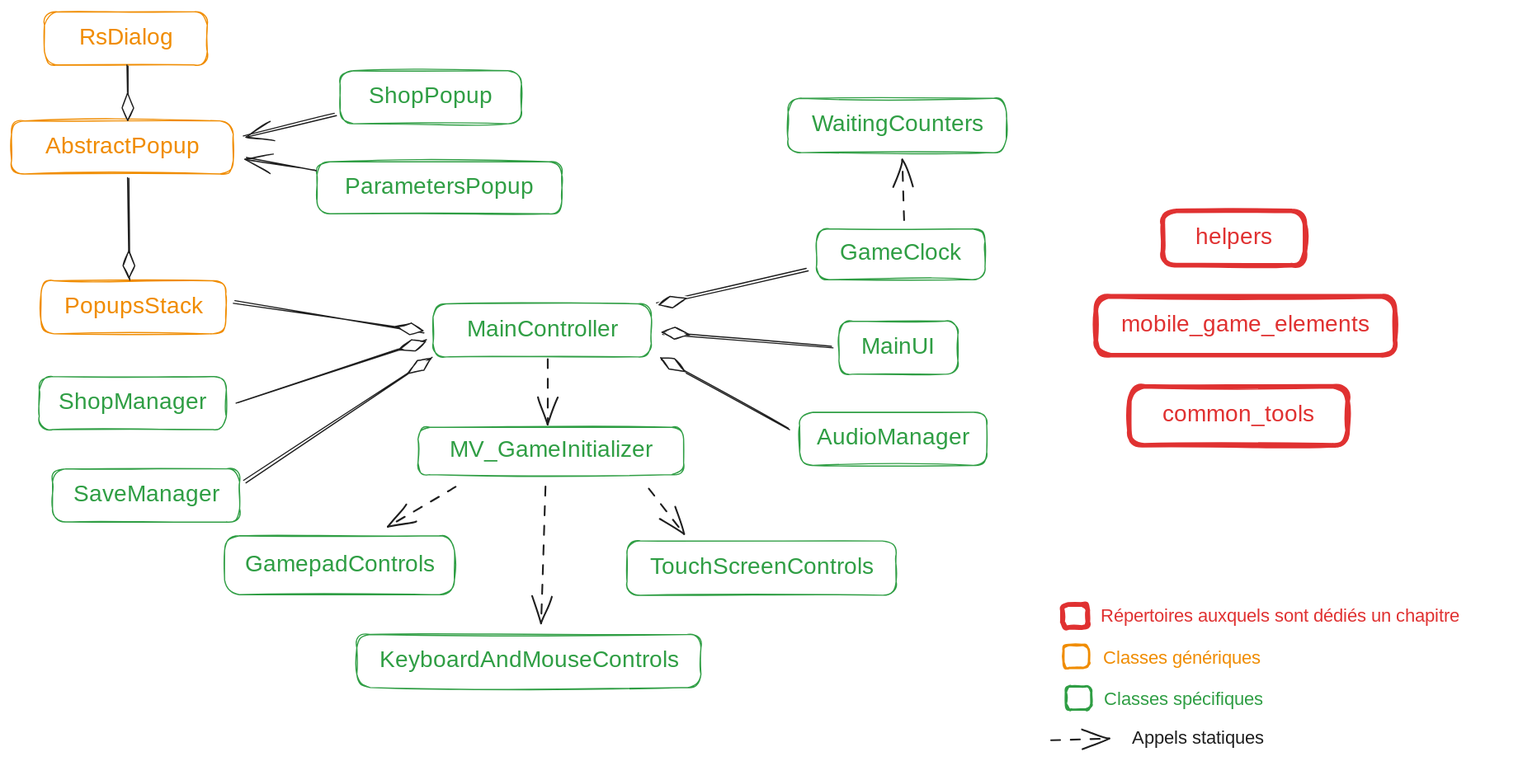
thedwarf21/MobsVasion keeps this Excalidraw diagram as docs/archi_2.excalidraw.svg. Above is the earlier version. Source tidied: one line per element, renumbered; positions are measured from the earlier drawing's top-left corner, leaving out a move shared by most shapes. Source of this version:
```json
{"id": 0, "type": "rectangle", "strokeColor": "#f08c00", "strokeWidth": 1, "roughness": 1, "round": true, "x": 0, "y": 94, "width": 192, "height": 46}
{"id": 1, "type": "text", "text": "AbstractPopup", "strokeColor": "#f08c00", "backgroundColor": "#b2f2bb", "fillStyle": "hachure", "strokeWidth": 1, "roughness": 1, "fontSize": 20, "fontFamily": 5, "textAlign": "center", "verticalAlign": "middle", "inside": 0, "x": 24, "y": 105, "width": 144, "height": 25}
{"id": 2, "type": "rectangle", "strokeColor": "#2f9e44", "strokeWidth": 1, "roughness": 1, "round": true, "x": 284, "y": 51, "width": 157, "height": 46}
{"id": 3, "type": "text", "text": "ShopPopup", "strokeColor": "#2f9e44", "backgroundColor": "#b2f2bb", "fillStyle": "hachure", "strokeWidth": 1, "roughness": 1, "fontSize": 20, "fontFamily": 5, "textAlign": "center", "verticalAlign": "middle", "inside": 2, "x": 311, "y": 62, "width": 104, "height": 25}
{"id": 4, "type": "rectangle", "strokeColor": "#2f9e44", "strokeWidth": 1, "roughness": 1, "round": true, "x": 264, "y": 130, "width": 212, "height": 45}
{"id": 5, "type": "text", "text": "ParametersPopup", "strokeColor": "#2f9e44", "backgroundColor": "#b2f2bb", "fillStyle": "hachure", "strokeWidth": 1, "roughness": 1, "fontSize": 20, "fontFamily": 5, "textAlign": "center", "verticalAlign": "middle", "inside": 4, "x": 287, "y": 140, "width": 166, "height": 25}
{"id": 6, "type": "arrow", "strokeColor": "#1e1e1e", "strokeWidth": 1, "roughness": 1, "endArrowhead": "arrow", "round": true, "from": 4, "to": 0, "x": 264, "y": 137, "width": 60, "height": 11, "points": [[0, 0], [-60, -11]]}
{"id": 7, "type": "arrow", "strokeColor": "#1e1e1e", "strokeWidth": 1, "roughness": 1, "endArrowhead": "arrow", "round": true, "from": 2, "to": 0, "x": 280, "y": 89, "width": 79, "height": 19, "points": [[0, 0], [-79, 19]]}
{"id": 8, "type": "rectangle", "strokeColor": "#f08c00", "strokeWidth": 1, "roughness": 1, "round": true, "x": 26, "y": 233, "width": 160, "height": 46}
{"id": 9, "type": "text", "text": "PopupsStack", "strokeColor": "#f08c00", "backgroundColor": "#b2f2bb", "fillStyle": "hachure", "strokeWidth": 1, "roughness": 1, "fontSize": 20, "fontFamily": 5, "textAlign": "center", "verticalAlign": "middle", "inside": 8, "x": 43, "y": 244, "width": 124, "height": 25}
{"id": 10, "type": "arrow", "strokeColor": "#1e1e1e", "strokeWidth": 1, "roughness": 1, "endArrowhead": "diamond_outline", "round": true, "from": 0, "to": 8, "x": 101, "y": 143, "width": 1, "height": 88, "points": [[0, 0], [1, 88]]}
{"id": 11, "type": "rectangle", "strokeColor": "#f08c00", "strokeWidth": 1, "roughness": 1, "round": true, "x": 28, "y": 0, "width": 141, "height": 46}
{"id": 12, "type": "text", "text": "RsDialog", "strokeColor": "#f08c00", "backgroundColor": "#b2f2bb", "fillStyle": "hachure", "strokeWidth": 1, "roughness": 1, "fontSize": 20, "fontFamily": 5, "textAlign": "center", "verticalAlign": "middle", "inside": 11, "x": 56, "y": 10, "width": 85, "height": 25}
{"id": 13, "type": "arrow", "strokeColor": "#1e1e1e", "strokeWidth": 1, "roughness": 1, "endArrowhead": "diamond_outline", "round": true, "from": 11, "to": 0, "x": 100, "y": 46, "width": 0, "height": 47, "points": [[0, 0], [0, 47]]}
{"id": 14, "type": "rectangle", "strokeColor": "#2f9e44", "strokeWidth": 1, "roughness": 1, "round": true, "x": 365, "y": 253, "width": 189, "height": 46}
{"id": 15, "type": "text", "text": "MainController", "strokeColor": "#2f9e44", "backgroundColor": "#b2f2bb", "fillStyle": "hachure", "strokeWidth": 1, "roughness": 1, "fontSize": 20, "fontFamily": 5, "textAlign": "center", "verticalAlign": "middle", "inside": 14, "x": 391, "y": 264, "width": 137, "height": 25}
{"id": 16, "type": "rectangle", "strokeColor": "#2f9e44", "strokeWidth": 1, "roughness": 1, "round": true, "x": 352, "y": 360, "width": 230, "height": 41}
{"id": 17, "type": "text", "text": "MV_GameInitializer", "strokeColor": "#2f9e44", "backgroundColor": "#b2f2bb", "fillStyle": "hachure", "strokeWidth": 1, "roughness": 1, "fontSize": 20, "fontFamily": 5, "textAlign": "center", "verticalAlign": "middle", "inside": 16, "x": 374, "y": 368, "width": 185, "height": 25}
{"id": 18, "type": "arrow", "strokeColor": "#1e1e1e", "strokeWidth": 1, "strokeStyle": "dashed", "roughness": 1, "endArrowhead": "arrow", "round": true, "from": 14, "to": 16, "x": 465, "y": 301, "width": 1, "height": 56, "points": [[0, 0], [-1, 56]]}
{"id": 19, "type": "arrow", "strokeColor": "#1e1e1e", "strokeWidth": 1, "roughness": 1, "endArrowhead": "diamond_outline", "round": true, "from": 8, "to": 14, "x": 193, "y": 251, "width": 164, "height": 27, "points": [[0, 0], [164, 27]]}
{"id": 20, "type": "rectangle", "strokeColor": "#2f9e44", "strokeWidth": 1, "roughness": 1, "round": true, "x": 24, "y": 316, "width": 162, "height": 46}
{"id": 21, "type": "text", "text": "ShopManager", "strokeColor": "#2f9e44", "backgroundColor": "#b2f2bb", "fillStyle": "hachure", "strokeWidth": 1, "roughness": 1, "fontSize": 20, "fontFamily": 5, "textAlign": "center", "verticalAlign": "middle", "inside": 20, "x": 42, "y": 326, "width": 125, "height": 25}
{"id": 22, "type": "arrow", "strokeColor": "#1e1e1e", "strokeWidth": 1, "roughness": 1, "endArrowhead": "diamond_outline", "round": true, "from": 20, "to": 14, "x": 195, "y": 338, "width": 164, "height": 54, "points": [[0, 0], [164, -54]]}
{"id": 23, "type": "rectangle", "strokeColor": "#2f9e44", "strokeWidth": 1, "roughness": 1, "round": true, "x": 184, "y": 454, "width": 199, "height": 51}
{"id": 24, "type": "text", "text": "GamepadControls", "strokeColor": "#2f9e44", "backgroundColor": "#b2f2bb", "fillStyle": "hachure", "strokeWidth": 1, "roughness": 1, "fontSize": 20, "fontFamily": 5, "textAlign": "center", "verticalAlign": "middle", "inside": 23, "x": 200, "y": 467, "width": 167, "height": 25}
{"id": 25, "type": "rectangle", "strokeColor": "#2f9e44", "strokeWidth": 1, "roughness": 1, "round": true, "x": 299, "y": 540, "width": 298, "height": 46}
{"id": 26, "type": "text", "text": "KeyboardAndMouseControls", "strokeColor": "#2f9e44", "backgroundColor": "#b2f2bb", "fillStyle": "hachure", "strokeWidth": 1, "roughness": 1, "fontSize": 20, "fontFamily": 5, "textAlign": "center", "verticalAlign": "middle", "inside": 25, "x": 315, "y": 550, "width": 266, "height": 25}
{"id": 27, "type": "rectangle", "strokeColor": "#2f9e44", "strokeWidth": 1, "roughness": 1, "round": true, "x": 533, "y": 458, "width": 233, "height": 47}
{"id": 28, "type": "text", "text": "TouchScreenControls", "strokeColor": "#2f9e44", "backgroundColor": "#b2f2bb", "fillStyle": "hachure", "strokeWidth": 1, "roughness": 1, "fontSize": 20, "fontFamily": 5, "textAlign": "center", "verticalAlign": "middle", "inside": 27, "x": 548, "y": 470, "width": 204, "height": 25}
{"id": 29, "type": "arrow", "strokeColor": "#1e1e1e", "strokeWidth": 1, "strokeStyle": "dashed", "roughness": 1, "endArrowhead": "arrow", "round": true, "from": 16, "to": 23, "x": 384, "y": 411, "width": 58, "height": 35, "points": [[0, 0], [-58, 35]]}
{"id": 30, "type": "arrow", "strokeColor": "#1e1e1e", "strokeWidth": 1, "strokeStyle": "dashed", "roughness": 1, "endArrowhead": "arrow", "round": true, "from": 16, "to": 27, "x": 552, "y": 413, "width": 31, "height": 39, "points": [[0, 0], [31, 39]]}
{"id": 31, "type": "arrow", "strokeColor": "#1e1e1e", "strokeWidth": 1, "strokeStyle": "dashed", "roughness": 1, "endArrowhead": "arrow", "round": true, "from": 16, "to": 25, "x": 462, "y": 411, "width": 5, "height": 119, "points": [[0, 0], [-5, 119]]}
{"id": 32, "type": "rectangle", "strokeColor": "#2f9e44", "strokeWidth": 1, "roughness": 1, "round": true, "x": 682, "y": 347, "width": 162, "height": 46}
{"id": 33, "type": "text", "text": "AudioManager", "strokeColor": "#2f9e44", "backgroundColor": "#b2f2bb", "fillStyle": "hachure", "strokeWidth": 1, "roughness": 1, "fontSize": 20, "fontFamily": 5, "textAlign": "center", "verticalAlign": "middle", "inside": 32, "x": 697, "y": 358, "width": 132, "height": 25}
{"id": 34, "type": "arrow", "strokeColor": "#1e1e1e", "strokeWidth": 1, "roughness": 1, "endArrowhead": "diamond_outline", "round": true, "from": 32, "to": 14, "x": 673, "y": 362, "width": 111, "height": 62, "points": [[0, 0], [-111, -62]]}
{"id": 35, "type": "rectangle", "strokeColor": "#2f9e44", "strokeWidth": 1, "roughness": 1, "round": true, "x": 716, "y": 268, "width": 103, "height": 46}
{"id": 36, "type": "text", "text": "MainUI", "strokeColor": "#2f9e44", "backgroundColor": "#b2f2bb", "fillStyle": "hachure", "strokeWidth": 1, "roughness": 1, "fontSize": 20, "fontFamily": 5, "textAlign": "center", "verticalAlign": "middle", "inside": 35, "x": 734, "y": 278, "width": 68, "height": 25}
{"id": 37, "type": "arrow", "strokeColor": "#1e1e1e", "strokeWidth": 1, "roughness": 1, "endArrowhead": "diamond_outline", "round": true, "from": 35, "to": 14, "x": 711, "y": 292, "width": 148, "height": 13, "points": [[0, 0], [-148, -13]]}
{"id": 38, "type": "rectangle", "strokeColor": "#2f9e44", "strokeWidth": 1, "roughness": 1, "round": true, "x": 697, "y": 188, "width": 146, "height": 44}
{"id": 39, "type": "text", "text": "GameClock", "strokeColor": "#2f9e44", "backgroundColor": "#b2f2bb", "fillStyle": "hachure", "strokeWidth": 1, "roughness": 1, "fontSize": 20, "fontFamily": 5, "textAlign": "center", "verticalAlign": "middle", "inside": 38, "x": 720, "y": 198, "width": 101, "height": 25}
{"id": 40, "type": "arrow", "strokeColor": "#1e1e1e", "strokeWidth": 1, "roughness": 1, "endArrowhead": "diamond_outline", "round": true, "from": 38, "to": 14, "x": 689, "y": 223, "width": 130, "height": 29, "points": [[0, 0], [-130, 29]]}
{"id": 41, "type": "rectangle", "strokeColor": "#2f9e44", "strokeWidth": 1, "roughness": 1, "round": true, "x": 672, "y": 75, "width": 189, "height": 47}
{"id": 42, "type": "text", "text": "WaitingCounters", "strokeColor": "#2f9e44", "backgroundColor": "#b2f2bb", "fillStyle": "hachure", "strokeWidth": 1, "roughness": 1, "fontSize": 20, "fontFamily": 5, "textAlign": "center", "verticalAlign": "middle", "inside": 41, "x": 689, "y": 86, "width": 156, "height": 25}
{"id": 43, "type": "arrow", "strokeColor": "#1e1e1e", "strokeWidth": 1, "strokeStyle": "dashed", "roughness": 1, "endArrowhead": "arrow", "round": true, "from": 38, "to": 41, "x": 772, "y": 180, "width": 1, "height": 53, "points": [[0, 0], [-1, -53]]}
{"id": 44, "type": "rectangle", "strokeColor": "#e03131", "strokeWidth": 4, "roughness": 1, "round": true, "x": 997, "y": 172, "width": 123, "height": 47}
{"id": 45, "type": "text", "text": "helpers", "strokeColor": "#e03131", "backgroundColor": "#b2f2bb", "fillStyle": "hachure", "strokeWidth": 1, "roughness": 1, "fontSize": 20, "fontFamily": 5, "textAlign": "center", "verticalAlign": "middle", "inside": 44, "x": 1025, "y": 184, "width": 67, "height": 25}
{"id": 46, "type": "rectangle", "strokeColor": "#e03131", "strokeWidth": 4, "roughness": 1, "round": true, "x": 939, "y": 246, "width": 259, "height": 51}
{"id": 47, "type": "text", "text": "mobile_game_elements", "strokeColor": "#e03131", "backgroundColor": "#b2f2bb", "fillStyle": "hachure", "strokeWidth": 1, "roughness": 1, "fontSize": 20, "fontFamily": 5, "textAlign": "center", "verticalAlign": "middle", "inside": 46, "x": 962, "y": 260, "width": 212, "height": 25}
{"id": 48, "type": "rectangle", "strokeColor": "#e03131", "strokeWidth": 4, "roughness": 1, "round": true, "x": 968, "y": 324, "width": 189, "height": 51}
{"id": 49, "type": "text", "text": "common_tools", "strokeColor": "#e03131", "backgroundColor": "#b2f2bb", "fillStyle": "hachure", "strokeWidth": 1, "roughness": 1, "fontSize": 20, "fontFamily": 5, "textAlign": "center", "verticalAlign": "middle", "inside": 48, "x": 995, "y": 338, "width": 135, "height": 25}
{"id": 50, "type": "rectangle", "strokeColor": "#e03131", "strokeWidth": 4, "roughness": 1, "round": true, "x": 910, "y": 514, "width": 22, "height": 20}
{"id": 51, "type": "text", "text": "Répertoires auxquels sont dédiés un chapitre", "strokeColor": "#e03131", "strokeWidth": 4, "roughness": 1, "fontSize": 16, "fontFamily": 5, "x": 943, "y": 514, "width": 368, "height": 20}
{"id": 52, "type": "rectangle", "strokeColor": "#f08c00", "strokeWidth": 2, "roughness": 1, "round": true, "x": 911, "y": 548, "width": 22, "height": 20}
{"id": 53, "type": "text", "text": "Classes génériques", "strokeColor": "#f08c00", "strokeWidth": 2, "roughness": 1, "fontSize": 16, "fontFamily": 5, "x": 945, "y": 550, "width": 151, "height": 20}
{"id": 54, "type": "rectangle", "strokeColor": "#2f9e44", "strokeWidth": 2, "roughness": 1, "round": true, "x": 913, "y": 584, "width": 22, "height": 20}
{"id": 55, "type": "text", "text": "Classes spécifiques", "strokeColor": "#2f9e44", "strokeWidth": 2, "roughness": 1, "fontSize": 16, "fontFamily": 5, "x": 946, "y": 586, "width": 152, "height": 20}
{"id": 56, "type": "arrow", "strokeColor": "#1e1e1e", "strokeWidth": 1, "strokeStyle": "dashed", "roughness": 1, "endArrowhead": "arrow", "round": true, "x": 901, "y": 631, "width": 50, "height": 1, "points": [[0, 0], [50, -1]]}
{"id": 57, "type": "text", "text": "Appels statiques", "strokeColor": "#1e1e1e", "strokeWidth": 2, "roughness": 1, "fontSize": 16, "fontFamily": 5, "x": 970, "y": 620, "width": 152, "height": 20}
{"id": 58, "type": "rectangle", "strokeColor": "#2f9e44", "strokeWidth": 1, "roughness": 1, "round": true, "x": 36, "y": 396, "width": 162, "height": 46}
{"id": 59, "type": "text", "text": "SaveManager", "strokeColor": "#2f9e44", "backgroundColor": "#b2f2bb", "fillStyle": "hachure", "strokeWidth": 1, "roughness": 1, "fontSize": 20, "fontFamily": 5, "textAlign": "center", "verticalAlign": "middle", "inside": 58, "x": 54, "y": 406, "width": 124, "height": 25}
{"id": 60, "type": "arrow", "strokeColor": "#1e1e1e", "strokeWidth": 1, "roughness": 1, "endArrowhead": "diamond_outline", "round": true, "from": 58, "to": 14, "x": 201, "y": 407, "width": 163, "height": 106, "points": [[0, 0], [163, -106]]}
```
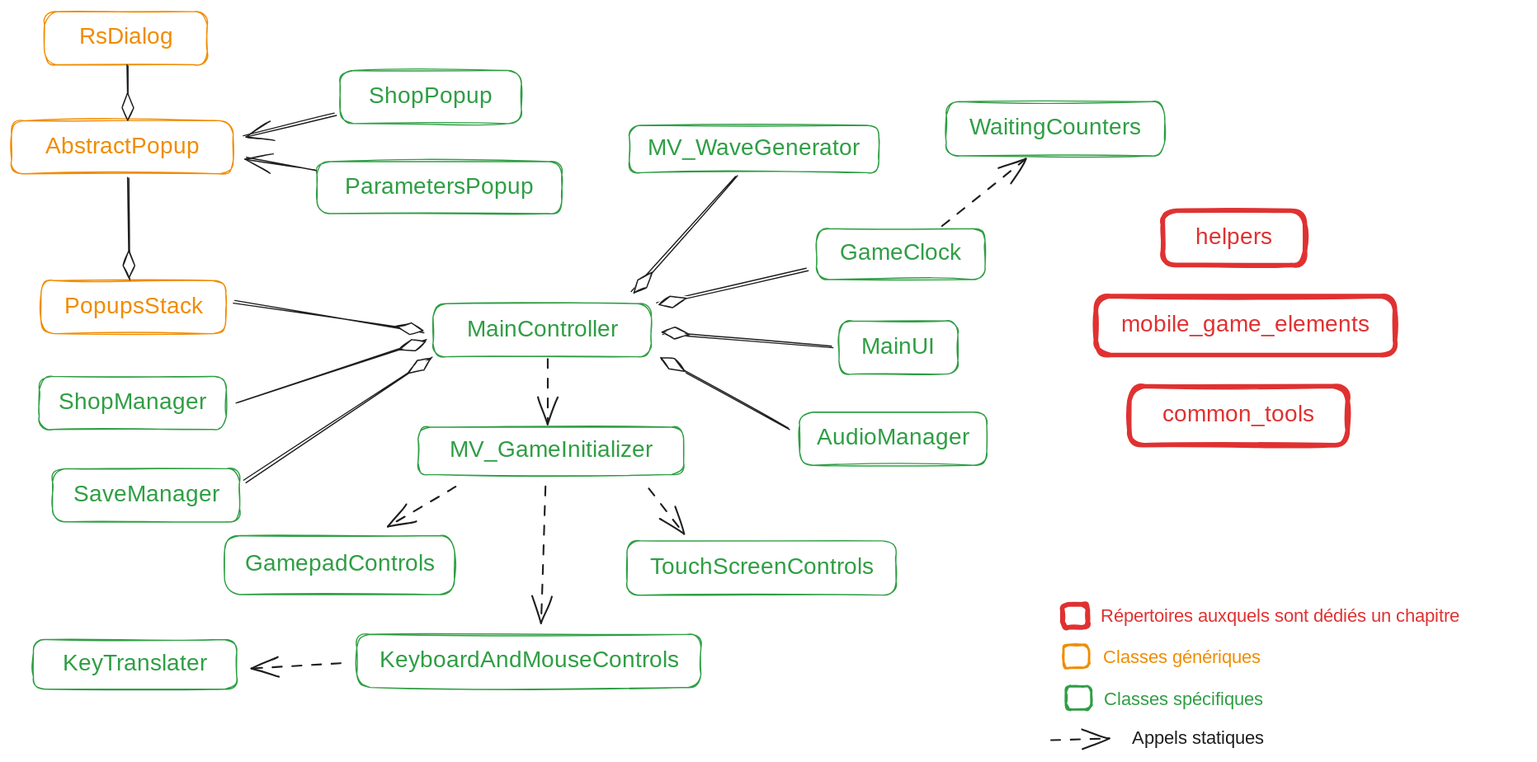
After the change.

Diff of the diagram source:
```diff
@@ -39,9 +39,9 @@
 {"id": 38, "type": "rectangle", "strokeColor": "#2f9e44", "strokeWidth": 1, "roughness": 1, "round": true, "x": 697, "y": 188, "width": 146, "height": 44}
 {"id": 39, "type": "text", "text": "GameClock", "strokeColor": "#2f9e44", "backgroundColor": "#b2f2bb", "fillStyle": "hachure", "strokeWidth": 1, "roughness": 1, "fontSize": 20, "fontFamily": 5, "textAlign": "center", "verticalAlign": "middle", "inside": 38, "x": 720, "y": 198, "width": 101, "height": 25}
 {"id": 40, "type": "arrow", "strokeColor": "#1e1e1e", "strokeWidth": 1, "roughness": 1, "endArrowhead": "diamond_outline", "round": true, "from": 38, "to": 14, "x": 689, "y": 223, "width": 130, "height": 29, "points": [[0, 0], [-130, 29]]}
-{"id": 41, "type": "rectangle", "strokeColor": "#2f9e44", "strokeWidth": 1, "roughness": 1, "round": true, "x": 672, "y": 75, "width": 189, "height": 47}
+{"id": 41, "type": "rectangle", "strokeColor": "#2f9e44", "strokeWidth": 1, "roughness": 1, "round": true, "x": 810, "y": 78, "width": 189, "height": 47}
-{"id": 42, "type": "text", "text": "WaitingCounters", "strokeColor": "#2f9e44", "backgroundColor": "#b2f2bb", "fillStyle": "hachure", "strokeWidth": 1, "roughness": 1, "fontSize": 20, "fontFamily": 5, "textAlign": "center", "verticalAlign": "middle", "inside": 41, "x": 689, "y": 86, "width": 156, "height": 25}
+{"id": 42, "type": "text", "text": "WaitingCounters", "strokeColor": "#2f9e44", "backgroundColor": "#b2f2bb", "fillStyle": "hachure", "strokeWidth": 1, "roughness": 1, "fontSize": 20, "fontFamily": 5, "textAlign": "center", "verticalAlign": "middle", "inside": 41, "x": 826, "y": 89, "width": 156, "height": 25}
-{"id": 43, "type": "arrow", "strokeColor": "#1e1e1e", "strokeWidth": 1, "strokeStyle": "dashed", "roughness": 1, "endArrowhead": "arrow", "round": true, "from": 38, "to": 41, "x": 772, "y": 180, "width": 1, "height": 53, "points": [[0, 0], [-1, -53]]}
+{"id": 43, "type": "arrow", "strokeColor": "#1e1e1e", "strokeWidth": 1, "strokeStyle": "dashed", "roughness": 1, "endArrowhead": "arrow", "round": true, "from": 38, "to": 41, "x": 805, "y": 185, "width": 73, "height": 59, "points": [[0, 0], [73, -59]]}
 {"id": 44, "type": "rectangle", "strokeColor": "#e03131", "strokeWidth": 4, "roughness": 1, "round": true, "x": 997, "y": 172, "width": 123, "height": 47}
 {"id": 45, "type": "text", "text": "helpers", "strokeColor": "#e03131", "backgroundColor": "#b2f2bb", "fillStyle": "hachure", "strokeWidth": 1, "roughness": 1, "fontSize": 20, "fontFamily": 5, "textAlign": "center", "verticalAlign": "middle", "inside": 44, "x": 1025, "y": 184, "width": 67, "height": 25}
 {"id": 46, "type": "rectangle", "strokeColor": "#e03131", "strokeWidth": 4, "roughness": 1, "round": true, "x": 939, "y": 246, "width": 259, "height": 51}
@@ -59,3 +59,9 @@
 {"id": 58, "type": "rectangle", "strokeColor": "#2f9e44", "strokeWidth": 1, "roughness": 1, "round": true, "x": 36, "y": 396, "width": 162, "height": 46}
 {"id": 59, "type": "text", "text": "SaveManager", "strokeColor": "#2f9e44", "backgroundColor": "#b2f2bb", "fillStyle": "hachure", "strokeWidth": 1, "roughness": 1, "fontSize": 20, "fontFamily": 5, "textAlign": "center", "verticalAlign": "middle", "inside": 58, "x": 54, "y": 406, "width": 124, "height": 25}
 {"id": 60, "type": "arrow", "strokeColor": "#1e1e1e", "strokeWidth": 1, "roughness": 1, "endArrowhead": "diamond_outline", "round": true, "from": 58, "to": 14, "x": 201, "y": 407, "width": 163, "height": 106, "points": [[0, 0], [163, -106]]}
+{"id": 61, "type": "rectangle", "strokeColor": "#2f9e44", "strokeWidth": 1, "roughness": 1, "round": true, "x": 535, "y": 98, "width": 216, "height": 41}
+{"id": 62, "type": "text", "text": "MV_WaveGenerator", "strokeColor": "#2f9e44", "backgroundColor": "#b2f2bb", "fillStyle": "hachure", "strokeWidth": 1, "roughness": 1, "fontSize": 20, "fontFamily": 5, "textAlign": "center", "verticalAlign": "middle", "inside": 61, "x": 550, "y": 106, "width": 186, "height": 25}
+{"id": 63, "type": "arrow", "strokeColor": "#1e1e1e", "strokeWidth": 1, "roughness": 1, "endArrowhead": "diamond_outline", "round": true, "from": 61, "to": 14, "x": 628, "y": 142, "width": 91, "height": 101, "points": [[0, 0], [-91, 101]]}
+{"id": 64, "type": "rectangle", "strokeColor": "#2f9e44", "strokeWidth": 1, "roughness": 1, "round": true, "x": 19, "y": 544, "width": 176, "height": 43}
+{"id": 65, "type": "text", "text": "KeyTranslater", "strokeColor": "#2f9e44", "backgroundColor": "#b2f2bb", "fillStyle": "hachure", "strokeWidth": 1, "roughness": 1, "fontSize": 20, "fontFamily": 5, "textAlign": "center", "verticalAlign": "middle", "inside": 64, "x": 40, "y": 553, "width": 135, "height": 25}
+{"id": 66, "type": "arrow", "strokeColor": "#1e1e1e", "strokeWidth": 1, "strokeStyle": "dashed", "roughness": 1, "endArrowhead": "arrow", "round": true, "from": 25, "to": 64, "x": 284, "y": 564, "width": 76, "height": 5, "points": [[0, 0], [-76, 5]]}
```
